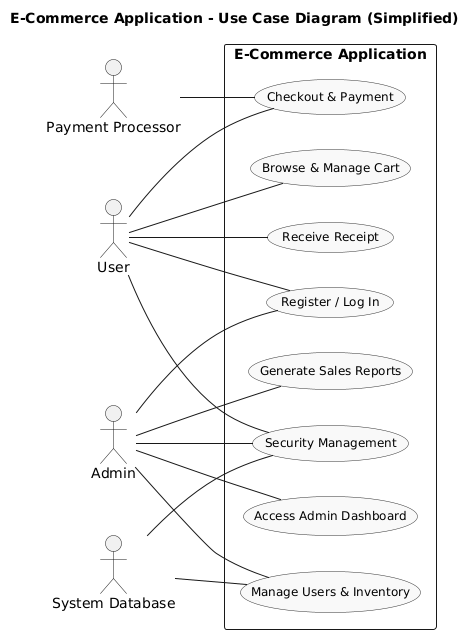
The PlantUML diagram requirements/use-case.png in Krogers48/swe-3313-fall-2025-team-12, before a commit. Source of this version:
```plantuml
@startuml
left to right direction


skinparam packageStyle rectangle


skinparam usecase {


  BackgroundColor #F9F9F9


  BorderColor #333


  FontSize 12


}


title "E-Commerce Application - Use Case Diagram (Simplified)"






actor "User" as user


actor "Admin" as admin


actor "Payment Processor" as payment


actor "System Database" as db






rectangle "E-Commerce Application" as system {






  (Register / Log In) as UC1


  (Browse & Manage Cart) as UC2


  (Checkout & Payment) as UC3


  (Receive Receipt) as UC4






  (Access Admin Dashboard) as UC5


  (Manage Users & Inventory) as UC6


  (Generate Sales Reports) as UC7






  (Security Management) as UC8


}








user -- UC1


user -- UC2


user -- UC3


user -- UC4


user -- UC8






admin -- UC1


admin -- UC5


admin -- UC6


admin -- UC7


admin -- UC8






payment -- UC3


db -- UC6


db -- UC8
@enduml
```
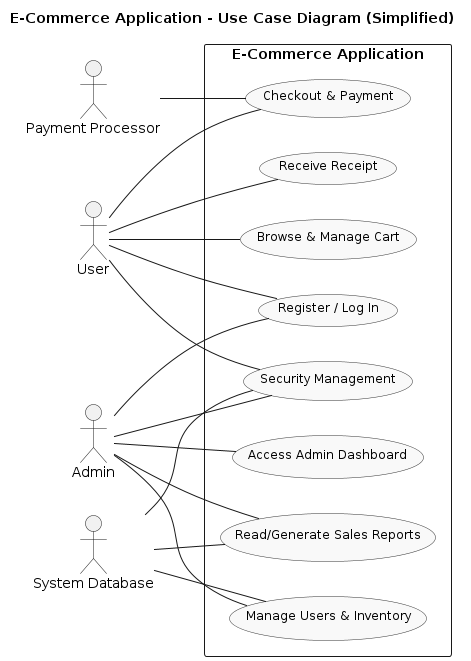
The same file after the commit.

The edit, as a diff of the source:
```diff
@@ -72,7 +72,7 @@
   (Manage Users & Inventory) as UC6
 
 
-  (Generate Sales Reports) as UC7
+  (Read/Generate Sales Reports) as UC7
 
 
 
@@ -134,6 +134,7 @@
 
 db -- UC6
 
+db -- UC7
 
 db -- UC8
 @enduml
```
